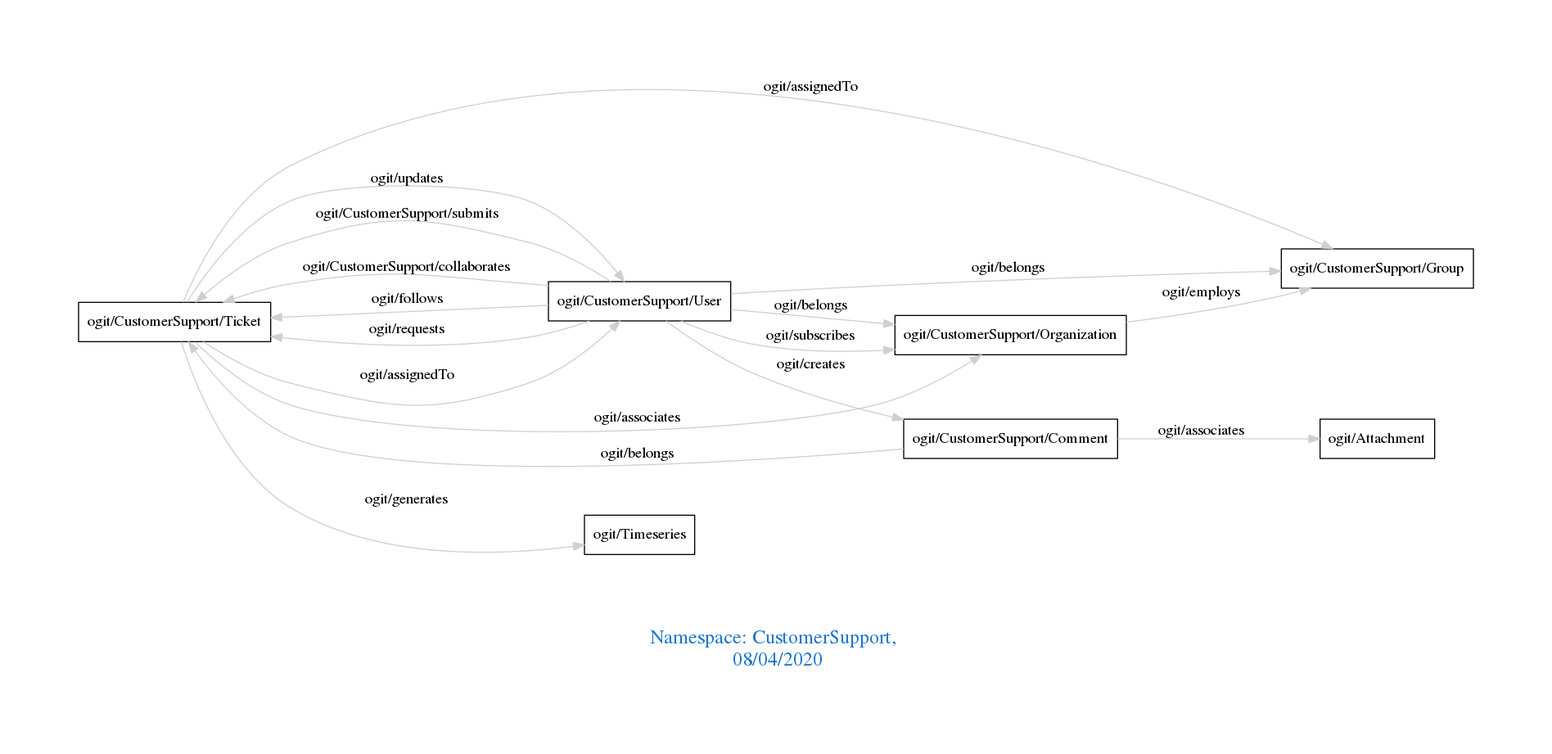
arago/OGIT keeps this Graphviz diagram as downloads/CustomerSupport.png. Above is the earlier version. Its source is kept beside it as downloads/CustomerSupport.dot.
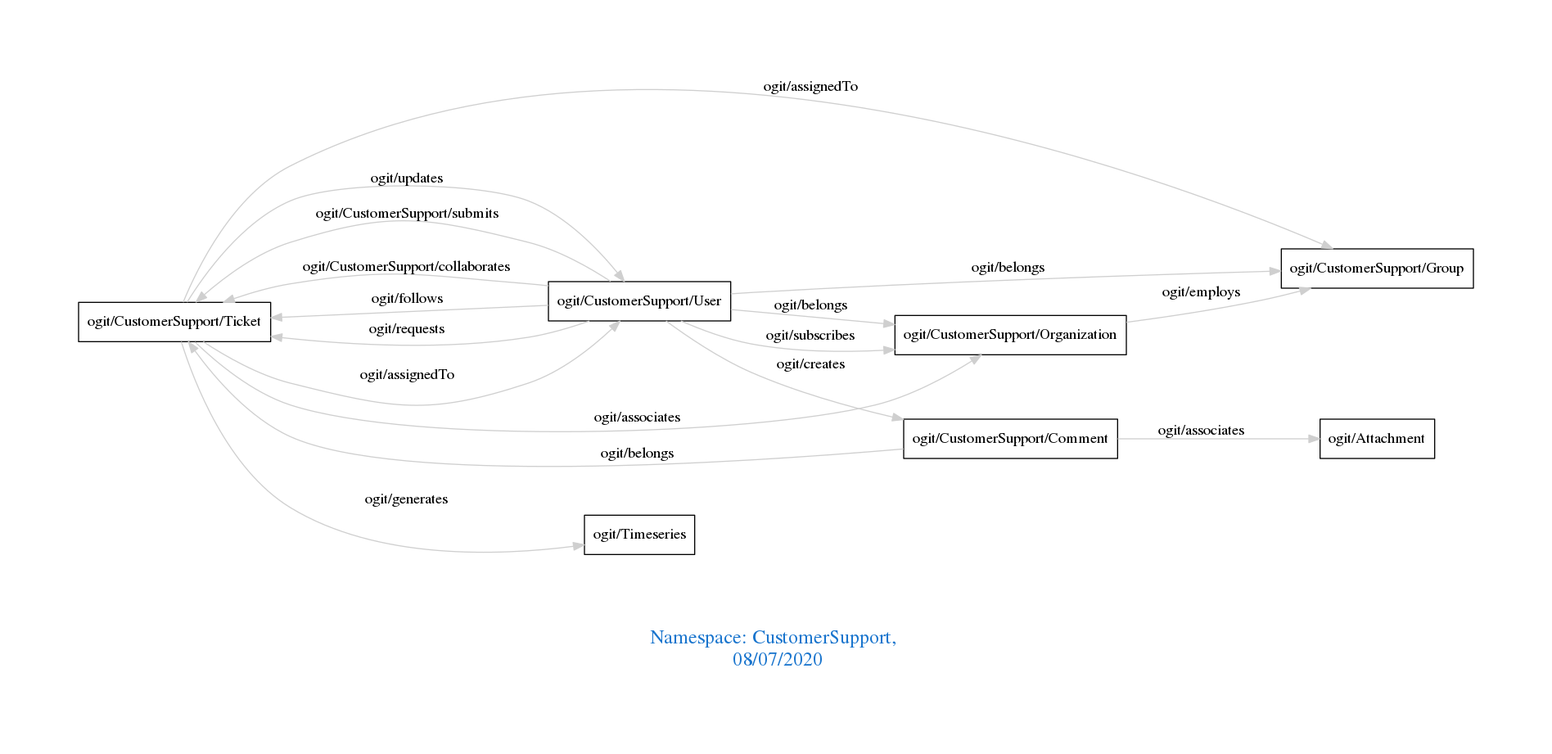
After the change.

What changed in the source:
```diff
@@ -1,7 +1,7 @@
 digraph OGIT_ontology {
  graph [ rankdir= LR,pad=1
 fontsize = 18,
-fontcolor= dodgerblue3,label = "\n\n\nNamespace: CustomerSupport, \n 08/04/2020"];
+fontcolor= dodgerblue3,label = "\n\n\nNamespace: CustomerSupport, \n 08/07/2020"];
 node[shape=polygon];
 edge [  color="gray81"];
 
```
